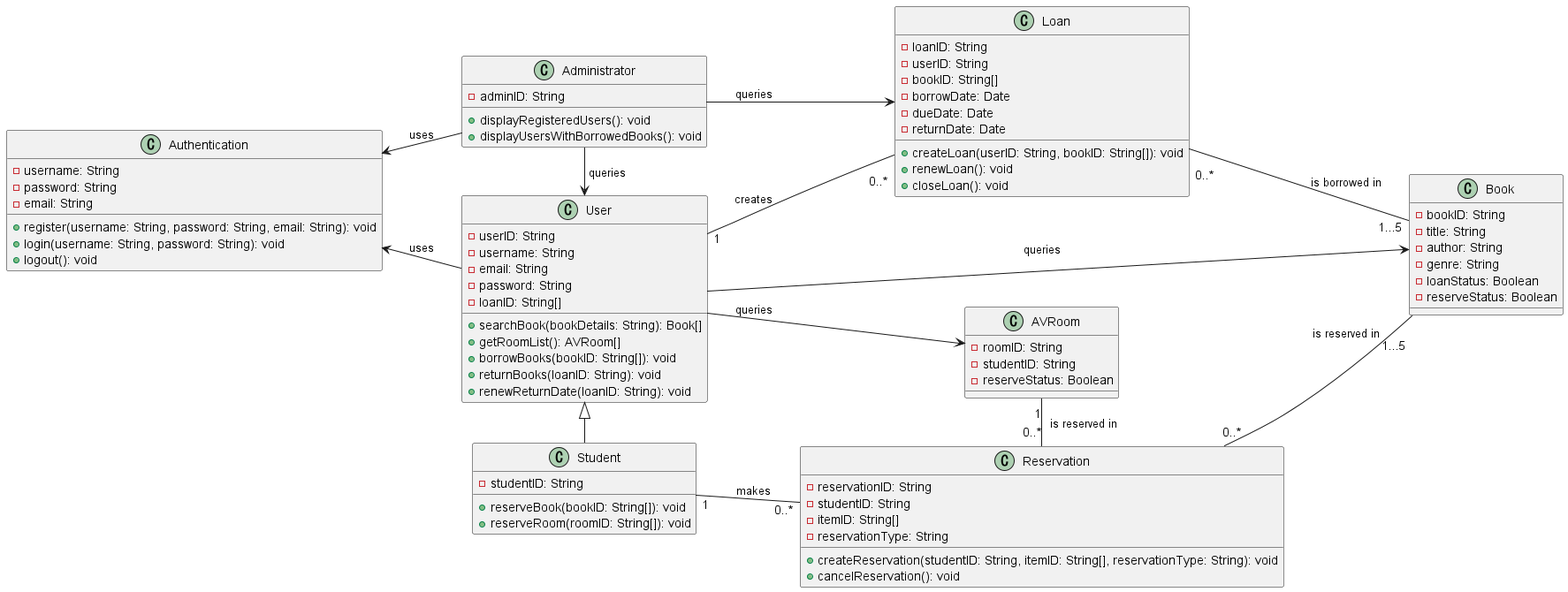
Earlier version of the PlantUML export src/PNG/class.png (zuzu2307/Final_UML). The source it was exported from:
```plantuml
@startuml
left to right direction

class Authentication{
    -username: String
    -password: String
    -email: String
    +register(username: String, password: String, email: String): void
    +login(username: String, password: String): void
    +logout(): void
}

class User {
    -userID: String
    -username: String
    -email: String
    -password: String
    -loanID: String[]
    +searchBook(bookDetails: String): Book[]
    +getRoomList(): AVRoom[]
    +borrowBooks(bookID: String[]): void
    +returnBooks(loanID: String): void
    +renewReturnDate(loanID: String): void
}

class Student {
    -studentID: String
    +reserveBook(bookID: String[]): void
    +reserveRoom(roomID: String[]): void
}

class Book {
    -bookID: String
    -title: String
    -author: String
    -genre: String
    -loanStatus: Boolean
    -reserveStatus: Boolean
}

class Loan {
    -loanID: String
    -userID: String
    -bookID: String[]
    -borrowDate: Date
    -dueDate: Date
    -returnDate: Date
    +createLoan(userID: String, bookID: String[]): void
    +renewLoan(): void
    +closeLoan(): void
}

class Administrator {
    -adminID: String
    +displayRegisteredUsers(): void
    +displayUsersWithBorrowedBooks(): void
}

class Reservation {
    -reservationID: String
    -studentID: String
    -itemID: String[]
    -reservationType: String
    +createReservation(studentID: String, itemID: String[], reservationType: String): void
    +cancelReservation(): void
}


class AVRoom {
    -roomID: String
    -studentID: String
    -reserveStatus: Boolean
}

User -up-> Authentication: uses
User ---> Book: queries
User --> AVRoom: queries
User <|-right- Student
User "1" -- "\n0..*" Loan: creates
Student "1" -- "0..*" Reservation: makes
AVRoom "1" -right- "0..*" Reservation: "                              is reserved in"
Book "1...5" -up- "\n0..*" Loan: is borrowed in
Book "\n1...5" -up- "0..*" Reservation: is reserved in
Administrator -right-> User: "                   queries"
Administrator -up-> Authentication: uses
Administrator --> Loan : queries
@enduml
```
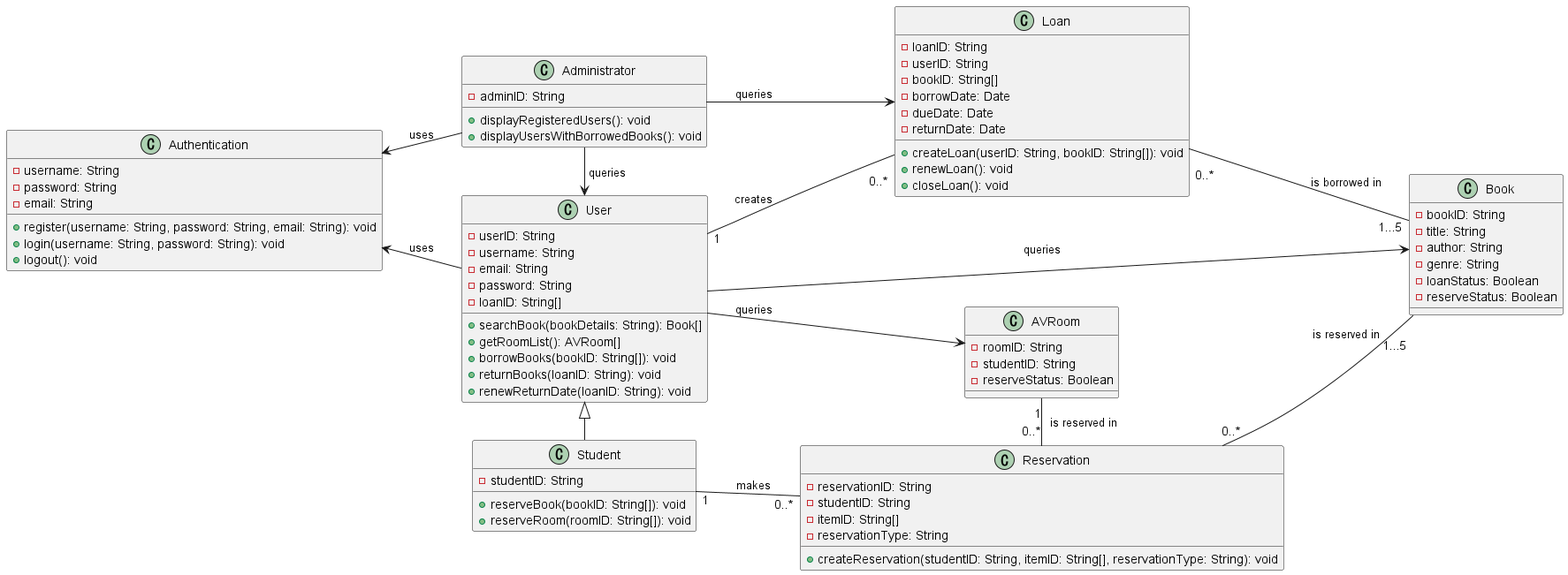
Above is the later version.

Commit message:
adjust class

Diff of the diagram source:
```diff
@@ -62,7 +62,6 @@
     -itemID: String[]
     -reservationType: String
     +createReservation(studentID: String, itemID: String[], reservationType: String): void
-    +cancelReservation(): void
 }
 
 
```
